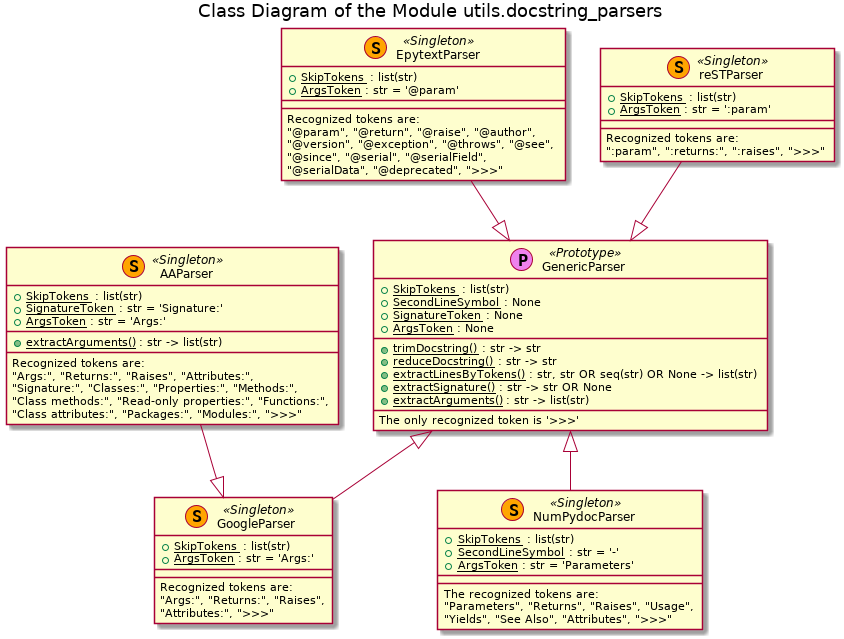
Before: Docs/UML/utils/docstring_parsers_py/docstring_parsers Classes.png, a diagram exported from PlantUML (FooBarShebang/pos).
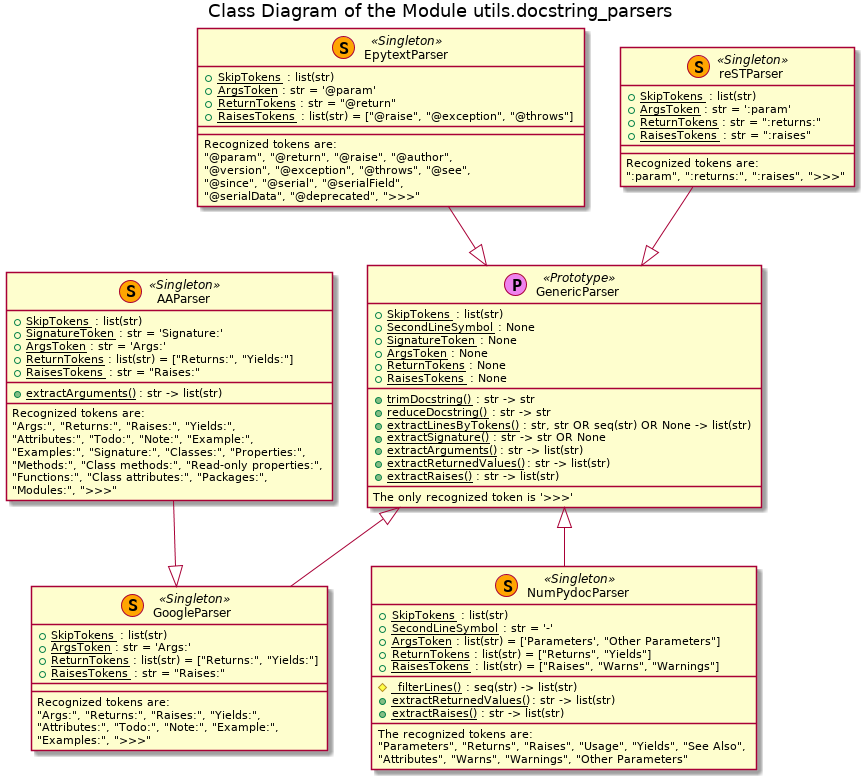
The same file after the commit.

Diff of the diagram source:
```diff
@@ -23,12 +23,16 @@
     + {field} <u>SecondLineSymbol</u> : None
     + {field} <u>SignatureToken</u> : None
     + {field} <u>ArgsToken</u> : None
+    + {field} <u>ReturnTokens</u> : None
+    + {field} <u>RaisesTokens</u> : None
     __
     + <u>trimDocstring()</u> : str -> str
     + <u>reduceDocstring()</u> : str -> str
     + <u>extractLinesByTokens()</u> : str, str OR seq(str) OR None -> list(str)
     + <u>extractSignature()</u> : str -> str OR None
     + <u>extractArguments()</u> : str -> list(str)
+    + <u>extractReturnedValues()</u> : str -> list(str)
+    + <u>extractRaises()</u> : str -> list(str)
     __
     The only recognized token is '>>>'
 }
@@ -38,6 +42,8 @@
 class EpytextParser <<(S, orange) Singleton>> {
     + {field} <u>SkipTokens</u> : list(str)
     + {field} <u>ArgsToken</u> : str = '@param'
+    + {field} <u>ReturnTokens</u> : str = "@return"
+    + {field} <u>RaisesTokens</u> : list(str) = ["@raise", "@exception", "@throws"]
     __
     __
     Recognized tokens are:
@@ -52,6 +58,8 @@
 class reSTParser <<(S, orange) Singleton>> {
     + {field} <u>SkipTokens</u> : list(str)
     + {field} <u>ArgsToken</u> : str = ':param'
+    + {field} <u>ReturnTokens</u> : str = ":returns:"
+    + {field} <u>RaisesTokens</u> : str = ":raises"
     __
     __
     Recognized tokens are:
@@ -63,11 +71,14 @@
 class GoogleParser <<(S, orange) Singleton>> {
     + {field} <u>SkipTokens</u> : list(str)
     + {field} <u>ArgsToken</u> : str = 'Args:'
+    + {field} <u>ReturnTokens</u> : list(str) = ["Returns:", "Yields:"]
+    + {field} <u>RaisesTokens</u> : str = "Raises:"
     __
     __
     Recognized tokens are:
-    "Args:", "Returns:", "Raises",
-    "Attributes:", ">>>"
+    "Args:", "Returns:", "Raises:", "Yields:",
+    "Attributes:", "Todo:", "Note:", "Example:",
+    "Examples:", ">>>"
 }
 
 
@@ -76,14 +87,18 @@
     + {field} <u>SkipTokens</u> : list(str)
     + {field} <u>SignatureToken</u> : str = 'Signature:'
     + {field} <u>ArgsToken</u> : str = 'Args:'
+    + {field} <u>ReturnTokens</u> : list(str) = ["Returns:", "Yields:"]
+    + {field} <u>RaisesTokens</u> : str = "Raises:"
     __
     + <u>extractArguments()</u> : str -> list(str)
     __
     Recognized tokens are:
-    "Args:", "Returns:", "Raises", "Attributes:",
-    "Signature:", "Classes:", "Properties:", "Methods:",
-    "Class methods:", "Read-only properties:", "Functions:",
-    "Class attributes:", "Packages:", "Modules:", ">>>"
+    "Args:", "Returns:", "Raises:", "Yields:",
+    "Attributes:", "Todo:", "Note:", "Example:",
+    "Examples:", "Signature:", "Classes:", "Properties:",
+    "Methods:", "Class methods:", "Read-only properties:",
+    "Functions:", "Class attributes:", "Packages:",
+    "Modules:", ">>>"
 }
 
 
@@ -91,12 +106,17 @@
 class NumPydocParser <<(S, orange) Singleton>> {
     + {field} <u>SkipTokens</u> : list(str)
     + {field} <u>SecondLineSymbol</u> : str = '-'
-    + {field} <u>ArgsToken</u> : str = 'Parameters'
+    + {field} <u>ArgsToken</u> : list(str) = ['Parameters', "Other Parameters"]
+    + {field} <u>ReturnTokens</u> : list(str) = ["Returns", "Yields"]
+    + {field} <u>RaisesTokens</u> : list(str) = ["Raises", "Warns", "Warnings"]
     __
+    # <u>_filterLines()</u> : seq(str) -> list(str)
+    + <u>extractReturnedValues()</u> : str -> list(str)
+    + <u>extractRaises()</u> : str -> list(str)
     __
     The recognized tokens are:
-    "Parameters", "Returns", "Raises", "Usage",
-    "Yields", "See Also", "Attributes", ">>>"
+    "Parameters", "Returns", "Raises", "Usage", "Yields", "See Also",
+    "Attributes", "Warns", "Warnings", "Other Parameters"
 }
 
 EpytextParser --|> GenericParser
```
